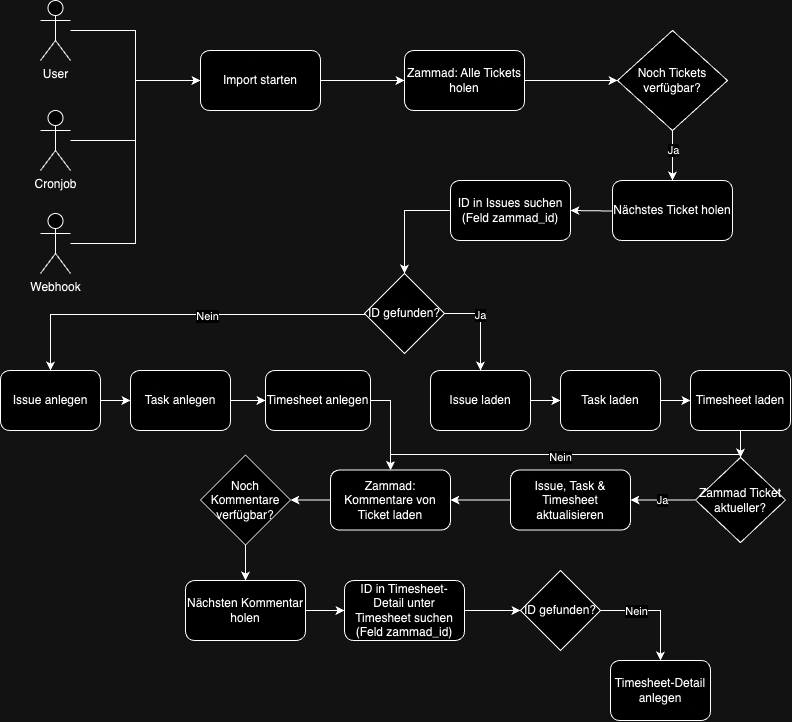
Earlier version of the draw.io export UML_Import_Logic.drawio.png (fglashauser/erpnext_zammad). Source tidied: cells renumbered, new cells last; positions are measured from the earlier drawing's top-left corner, leaving out a move shared by most shapes. Its diagram source:
```xml
<mxGraphModel>
  <root>
    <mxCell id="0" />
    <mxCell id="1" parent="0" />
    <mxCell id="2" style="edgeStyle=orthogonalEdgeStyle;rounded=0;jettySize=auto;html=1;" parent="1" edge="1" source="3" target="7">
      <mxGeometry relative="1" as="geometry" />
    </mxCell>
    <mxCell id="3" value="User" style="shape=umlActor;verticalLabelPosition=bottom;verticalAlign=top;html=1;outlineConnect=0;" parent="1" vertex="1">
      <mxGeometry x="40" width="30" height="60" as="geometry" />
    </mxCell>
    <mxCell id="4" style="edgeStyle=orthogonalEdgeStyle;rounded=0;jettySize=auto;html=1;entryX=0;entryY=0.5;entryDx=0;entryDy=0;" parent="1" edge="1" source="5" target="7">
      <mxGeometry relative="1" as="geometry" />
    </mxCell>
    <mxCell id="5" value="Cronjob" style="shape=umlActor;verticalLabelPosition=bottom;verticalAlign=top;html=1;outlineConnect=0;" parent="1" vertex="1">
      <mxGeometry x="40" y="110" width="30" height="60" as="geometry" />
    </mxCell>
    <mxCell id="6" style="edgeStyle=orthogonalEdgeStyle;rounded=0;jettySize=auto;html=1;" parent="1" edge="1" source="7" target="9">
      <mxGeometry relative="1" as="geometry" />
    </mxCell>
    <mxCell id="7" value="Import starten" style="rounded=1;whiteSpace=wrap;html=1;" parent="1" vertex="1">
      <mxGeometry x="200" y="50" width="120" height="60" as="geometry" />
    </mxCell>
    <mxCell id="8" style="edgeStyle=orthogonalEdgeStyle;rounded=0;jettySize=auto;html=1;" parent="1" edge="1" source="9" target="12">
      <mxGeometry relative="1" as="geometry" />
    </mxCell>
    <mxCell id="9" value="Zammad: Alle Tickets holen" style="rounded=1;whiteSpace=wrap;html=1;" parent="1" vertex="1">
      <mxGeometry x="404" y="50" width="120" height="60" as="geometry" />
    </mxCell>
    <mxCell id="10" style="edgeStyle=orthogonalEdgeStyle;rounded=0;jettySize=auto;html=1;entryX=0.5;entryY=0;entryDx=0;entryDy=0;" parent="1" edge="1" source="12" target="14">
      <mxGeometry relative="1" as="geometry" />
    </mxCell>
    <mxCell id="11" value="Ja" style="edgeLabel;html=1;align=center;verticalAlign=middle;" parent="10" vertex="1">
      <mxGeometry x="-0.24" y="1" relative="1" as="geometry" />
    </mxCell>
    <mxCell id="12" value="Noch Tickets verfügbar?" style="rhombus;whiteSpace=wrap;html=1;" parent="1" vertex="1">
      <mxGeometry x="617" y="30" width="110" height="100" as="geometry" />
    </mxCell>
    <mxCell id="13" style="edgeStyle=orthogonalEdgeStyle;rounded=0;jettySize=auto;html=1;entryX=1;entryY=0.5;entryDx=0;entryDy=0;exitX=0;exitY=0.5;exitDx=0;exitDy=0;" parent="1" edge="1" target="16">
      <mxGeometry relative="1" as="geometry">
        <mxPoint x="661" y="210" as="sourcePoint" />
      </mxGeometry>
    </mxCell>
    <mxCell id="14" value="Nächstes Ticket holen" style="rounded=1;whiteSpace=wrap;html=1;" parent="1" vertex="1">
      <mxGeometry x="612" y="180" width="120" height="60" as="geometry" />
    </mxCell>
    <mxCell id="15" style="edgeStyle=orthogonalEdgeStyle;rounded=0;jettySize=auto;html=1;" parent="1" edge="1" source="16" target="21">
      <mxGeometry relative="1" as="geometry">
        <Array as="points">
          <mxPoint x="404" y="210" />
        </Array>
      </mxGeometry>
    </mxCell>
    <mxCell id="16" value="ID in Issues suchen (Feld zammad_id)" style="rounded=1;whiteSpace=wrap;html=1;" parent="1" vertex="1">
      <mxGeometry x="450" y="180" width="120" height="60" as="geometry" />
    </mxCell>
    <mxCell id="17" style="edgeStyle=orthogonalEdgeStyle;rounded=0;jettySize=auto;html=1;entryX=0.5;entryY=0;entryDx=0;entryDy=0;" parent="1" edge="1" source="21" target="23">
      <mxGeometry relative="1" as="geometry">
        <Array as="points">
          <mxPoint x="50" y="314" />
        </Array>
      </mxGeometry>
    </mxCell>
    <mxCell id="18" value="Nein" style="edgeLabel;html=1;align=center;verticalAlign=middle;" parent="17" vertex="1">
      <mxGeometry x="-0.15" y="2" relative="1" as="geometry" />
    </mxCell>
    <mxCell id="19" style="edgeStyle=orthogonalEdgeStyle;rounded=0;jettySize=auto;html=1;entryX=0.5;entryY=0;entryDx=0;entryDy=0;" parent="1" edge="1" source="21" target="25">
      <mxGeometry relative="1" as="geometry">
        <Array as="points">
          <mxPoint x="480" y="313" />
        </Array>
      </mxGeometry>
    </mxCell>
    <mxCell id="20" value="Ja" style="edgeLabel;html=1;align=center;verticalAlign=middle;" parent="19" vertex="1">
      <mxGeometry x="-0.2" relative="1" as="geometry" />
    </mxCell>
    <mxCell id="21" value="ID gefunden?" style="rhombus;whiteSpace=wrap;html=1;" parent="1" vertex="1">
      <mxGeometry x="364" y="273" width="80" height="80" as="geometry" />
    </mxCell>
    <mxCell id="22" style="edgeStyle=orthogonalEdgeStyle;rounded=0;jettySize=auto;html=1;entryX=0;entryY=0.5;entryDx=0;entryDy=0;" parent="1" edge="1" source="23" target="27">
      <mxGeometry relative="1" as="geometry" />
    </mxCell>
    <mxCell id="23" value="Issue anlegen" style="rounded=1;whiteSpace=wrap;html=1;" parent="1" vertex="1">
      <mxGeometry y="370" width="100" height="60" as="geometry" />
    </mxCell>
    <mxCell id="24" style="edgeStyle=orthogonalEdgeStyle;rounded=0;jettySize=auto;html=1;entryX=0;entryY=0.5;entryDx=0;entryDy=0;" parent="1" edge="1" source="25" target="29">
      <mxGeometry relative="1" as="geometry" />
    </mxCell>
    <mxCell id="25" value="Issue laden" style="rounded=1;whiteSpace=wrap;html=1;" parent="1" vertex="1">
      <mxGeometry x="430" y="370" width="100" height="60" as="geometry" />
    </mxCell>
    <mxCell id="26" style="edgeStyle=orthogonalEdgeStyle;rounded=0;jettySize=auto;html=1;entryX=0;entryY=0.5;entryDx=0;entryDy=0;" parent="1" edge="1" source="27" target="39">
      <mxGeometry relative="1" as="geometry" />
    </mxCell>
    <mxCell id="27" value="Task anlegen" style="rounded=1;whiteSpace=wrap;html=1;" parent="1" vertex="1">
      <mxGeometry x="130" y="370" width="100" height="60" as="geometry" />
    </mxCell>
    <mxCell id="28" style="edgeStyle=orthogonalEdgeStyle;rounded=0;jettySize=auto;html=1;entryX=0;entryY=0.5;entryDx=0;entryDy=0;" parent="1" edge="1" source="29" target="41">
      <mxGeometry relative="1" as="geometry" />
    </mxCell>
    <mxCell id="29" value="Task laden" style="rounded=1;whiteSpace=wrap;html=1;" parent="1" vertex="1">
      <mxGeometry x="560" y="370" width="100" height="60" as="geometry" />
    </mxCell>
    <mxCell id="30" value="Ja" style="edgeStyle=orthogonalEdgeStyle;rounded=0;jettySize=auto;html=1;entryX=1;entryY=0.5;entryDx=0;entryDy=0;" parent="1" edge="1" source="33" target="35">
      <mxGeometry relative="1" as="geometry" />
    </mxCell>
    <mxCell id="31" style="edgeStyle=orthogonalEdgeStyle;rounded=0;jettySize=auto;html=1;entryX=0.5;entryY=0;entryDx=0;entryDy=0;" parent="1" edge="1" target="45">
      <mxGeometry relative="1" as="geometry">
        <mxPoint x="740" y="460" as="sourcePoint" />
        <Array as="points">
          <mxPoint x="390" y="454" />
        </Array>
      </mxGeometry>
    </mxCell>
    <mxCell id="32" value="Nein" style="edgeLabel;html=1;align=center;verticalAlign=middle;" parent="31" vertex="1">
      <mxGeometry y="3" relative="1" as="geometry" />
    </mxCell>
    <mxCell id="33" value="Zammad Ticket aktueller?" style="rhombus;whiteSpace=wrap;html=1;" parent="1" vertex="1">
      <mxGeometry x="695" y="457" width="90" height="85" as="geometry" />
    </mxCell>
    <mxCell id="34" style="edgeStyle=orthogonalEdgeStyle;rounded=0;jettySize=auto;html=1;entryX=1;entryY=0.5;entryDx=0;entryDy=0;" parent="1" edge="1" source="35" target="45">
      <mxGeometry relative="1" as="geometry" />
    </mxCell>
    <mxCell id="35" value="Issue, Task &amp;amp; Timesheet aktualisieren" style="rounded=1;whiteSpace=wrap;html=1;" parent="1" vertex="1">
      <mxGeometry x="510" y="469.5" width="120" height="60" as="geometry" />
    </mxCell>
    <mxCell id="36" style="edgeStyle=orthogonalEdgeStyle;rounded=0;jettySize=auto;html=1;entryX=0;entryY=0.5;entryDx=0;entryDy=0;" parent="1" edge="1" source="37" target="7">
      <mxGeometry relative="1" as="geometry" />
    </mxCell>
    <mxCell id="37" value="Webhook" style="shape=umlActor;verticalLabelPosition=bottom;verticalAlign=top;html=1;outlineConnect=0;" parent="1" vertex="1">
      <mxGeometry x="40" y="213" width="30" height="60" as="geometry" />
    </mxCell>
    <mxCell id="38" style="edgeStyle=orthogonalEdgeStyle;rounded=0;jettySize=auto;html=1;entryX=0.5;entryY=0;entryDx=0;entryDy=0;" parent="1" edge="1" source="39" target="45">
      <mxGeometry relative="1" as="geometry">
        <Array as="points">
          <mxPoint x="390" y="400" />
        </Array>
      </mxGeometry>
    </mxCell>
    <mxCell id="39" value="Timesheet anlegen" style="rounded=1;whiteSpace=wrap;html=1;" parent="1" vertex="1">
      <mxGeometry x="265" y="370" width="105" height="60" as="geometry" />
    </mxCell>
    <mxCell id="40" style="edgeStyle=orthogonalEdgeStyle;rounded=0;jettySize=auto;html=1;entryX=0.5;entryY=0;entryDx=0;entryDy=0;" parent="1" edge="1" source="41" target="33">
      <mxGeometry relative="1" as="geometry" />
    </mxCell>
    <mxCell id="41" value="Timesheet laden" style="rounded=1;whiteSpace=wrap;html=1;" parent="1" vertex="1">
      <mxGeometry x="690" y="370" width="100" height="60" as="geometry" />
    </mxCell>
    <mxCell id="42" style="edgeStyle=orthogonalEdgeStyle;rounded=0;jettySize=auto;html=1;" parent="1" edge="1" source="43" target="47">
      <mxGeometry relative="1" as="geometry" />
    </mxCell>
    <mxCell id="43" value="Noch Kommentare verfügbar?" style="rhombus;whiteSpace=wrap;html=1;" parent="1" vertex="1">
      <mxGeometry x="200" y="454.5" width="90" height="90" as="geometry" />
    </mxCell>
    <mxCell id="44" style="edgeStyle=orthogonalEdgeStyle;rounded=0;jettySize=auto;html=1;entryX=1;entryY=0.5;entryDx=0;entryDy=0;" parent="1" edge="1" source="45" target="43">
      <mxGeometry relative="1" as="geometry" />
    </mxCell>
    <mxCell id="45" value="Zammad: Kommentare von Ticket laden" style="rounded=1;whiteSpace=wrap;html=1;" parent="1" vertex="1">
      <mxGeometry x="330" y="469.5" width="120" height="60" as="geometry" />
    </mxCell>
    <mxCell id="46" style="edgeStyle=orthogonalEdgeStyle;rounded=0;jettySize=auto;html=1;entryX=0;entryY=0.5;entryDx=0;entryDy=0;" parent="1" edge="1" source="47" target="49">
      <mxGeometry relative="1" as="geometry" />
    </mxCell>
    <mxCell id="47" value="Nächsten Kommentar holen" style="rounded=1;whiteSpace=wrap;html=1;" parent="1" vertex="1">
      <mxGeometry x="185" y="580" width="120" height="60" as="geometry" />
    </mxCell>
    <mxCell id="48" style="edgeStyle=orthogonalEdgeStyle;rounded=0;jettySize=auto;html=1;entryX=0;entryY=0.5;entryDx=0;entryDy=0;" parent="1" edge="1" source="49" target="51">
      <mxGeometry relative="1" as="geometry" />
    </mxCell>
    <mxCell id="49" value="ID in Timesheet-Detail unter Timesheet suchen (Feld zammad_id)" style="rounded=1;whiteSpace=wrap;html=1;" parent="1" vertex="1">
      <mxGeometry x="344" y="580" width="120" height="60" as="geometry" />
    </mxCell>
    <mxCell id="50" style="edgeStyle=orthogonalEdgeStyle;rounded=0;jettySize=auto;html=1;" parent="1" edge="1" source="54">
      <mxGeometry relative="1" as="geometry">
        <mxPoint x="660" y="660" as="targetPoint" />
      </mxGeometry>
    </mxCell>
    <mxCell id="51" value="ID gefunden?" style="rhombus;whiteSpace=wrap;html=1;" parent="1" vertex="1">
      <mxGeometry x="520" y="570" width="80" height="80" as="geometry" />
    </mxCell>
    <mxCell id="52" style="edgeStyle=orthogonalEdgeStyle;rounded=0;jettySize=auto;html=1;" parent="1" edge="1" source="51" target="54">
      <mxGeometry relative="1" as="geometry" />
    </mxCell>
    <mxCell id="53" value="Nein" style="edgeLabel;html=1;align=center;verticalAlign=middle;" parent="52" vertex="1">
      <mxGeometry x="-0.36" y="-1" relative="1" as="geometry" />
    </mxCell>
    <mxCell id="54" value="Timesheet-Detail anlegen" style="rounded=1;whiteSpace=wrap;html=1;" parent="1" vertex="1">
      <mxGeometry x="610" y="660" width="100" height="60" as="geometry" />
    </mxCell>
  </root>
</mxGraphModel>
```
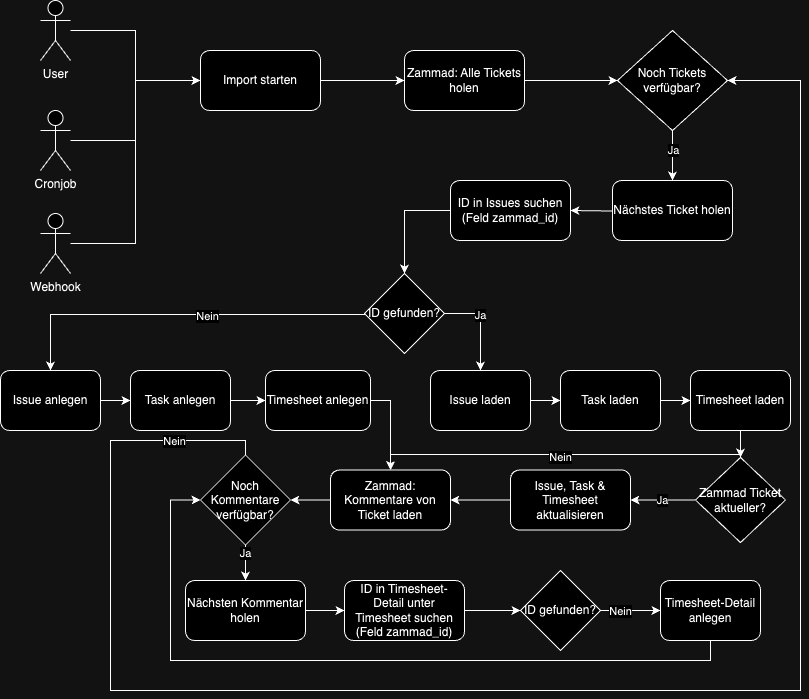
The same diagram one commit later.

What changed in the source:
```diff
@@ -148,6 +148,23 @@
     <mxCell id="42" style="edgeStyle=orthogonalEdgeStyle;rounded=0;jettySize=auto;html=1;" parent="1" edge="1" source="43" target="47">
       <mxGeometry relative="1" as="geometry" />
     </mxCell>
+    <mxCell id="55" value="Ja" style="edgeLabel;html=1;align=center;verticalAlign=middle;" parent="42" vertex="1">
+      <mxGeometry x="-0.65" relative="1" as="geometry" />
+    </mxCell>
+    <mxCell id="56" style="edgeStyle=orthogonalEdgeStyle;rounded=0;jettySize=auto;html=1;entryX=1;entryY=0.5;entryDx=0;entryDy=0;" parent="1" edge="1" source="43" target="12">
+      <mxGeometry relative="1" as="geometry">
+        <Array as="points">
+          <mxPoint x="245" y="440" />
+          <mxPoint x="110" y="440" />
+          <mxPoint x="110" y="690" />
+          <mxPoint x="800" y="690" />
+          <mxPoint x="800" y="80" />
+        </Array>
+      </mxGeometry>
+    </mxCell>
+    <mxCell id="57" value="Nein" style="edgeLabel;html=1;align=center;verticalAlign=middle;" parent="56" vertex="1">
+      <mxGeometry x="-0.9" y="1" relative="1" as="geometry" />
+    </mxCell>
     <mxCell id="43" value="Noch Kommentare verfügbar?" style="rhombus;whiteSpace=wrap;html=1;" parent="1" vertex="1">
       <mxGeometry x="200" y="454.5" width="90" height="90" as="geometry" />
     </mxCell>
@@ -169,11 +186,6 @@
     <mxCell id="49" value="ID in Timesheet-Detail unter Timesheet suchen (Feld zammad_id)" style="rounded=1;whiteSpace=wrap;html=1;" parent="1" vertex="1">
       <mxGeometry x="344" y="580" width="120" height="60" as="geometry" />
     </mxCell>
-    <mxCell id="50" style="edgeStyle=orthogonalEdgeStyle;rounded=0;jettySize=auto;html=1;" parent="1" edge="1" source="54">
-      <mxGeometry relative="1" as="geometry">
-        <mxPoint x="660" y="660" as="targetPoint" />
-      </mxGeometry>
-    </mxCell>
     <mxCell id="51" value="ID gefunden?" style="rhombus;whiteSpace=wrap;html=1;" parent="1" vertex="1">
       <mxGeometry x="520" y="570" width="80" height="80" as="geometry" />
     </mxCell>
@@ -183,8 +195,17 @@
     <mxCell id="53" value="Nein" style="edgeLabel;html=1;align=center;verticalAlign=middle;" parent="52" vertex="1">
       <mxGeometry x="-0.36" y="-1" relative="1" as="geometry" />
     </mxCell>
+    <mxCell id="58" style="edgeStyle=orthogonalEdgeStyle;rounded=0;jettySize=auto;html=1;entryX=0;entryY=0.5;entryDx=0;entryDy=0;" parent="1" edge="1" source="54" target="43">
+      <mxGeometry relative="1" as="geometry">
+        <Array as="points">
+          <mxPoint x="710" y="660" />
+          <mxPoint x="170" y="660" />
+          <mxPoint x="170" y="500" />
+        </Array>
+      </mxGeometry>
+    </mxCell>
     <mxCell id="54" value="Timesheet-Detail anlegen" style="rounded=1;whiteSpace=wrap;html=1;" parent="1" vertex="1">
-      <mxGeometry x="610" y="660" width="100" height="60" as="geometry" />
+      <mxGeometry x="660" y="580" width="100" height="60" as="geometry" />
     </mxCell>
   </root>
 </mxGraphModel>
```
